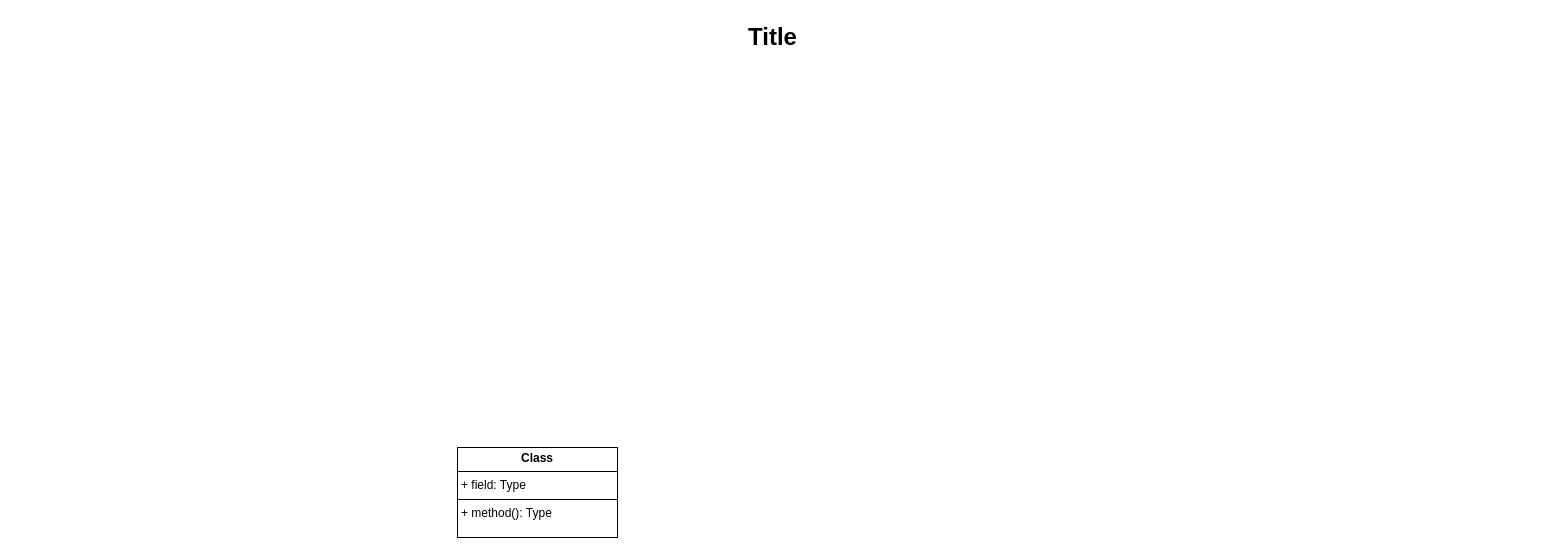
This is 未命名绘图.drawio from leedefu/architecture, a draw.io file, before an edit. Source tidied: cells renumbered, new cells numbered last; positions are measured from the earlier drawing's top-left corner, leaving out a move shared by most shapes. Both pictures are drawn from the tidied source at 100%, with x=0, y=0 at pixel (17, 17).
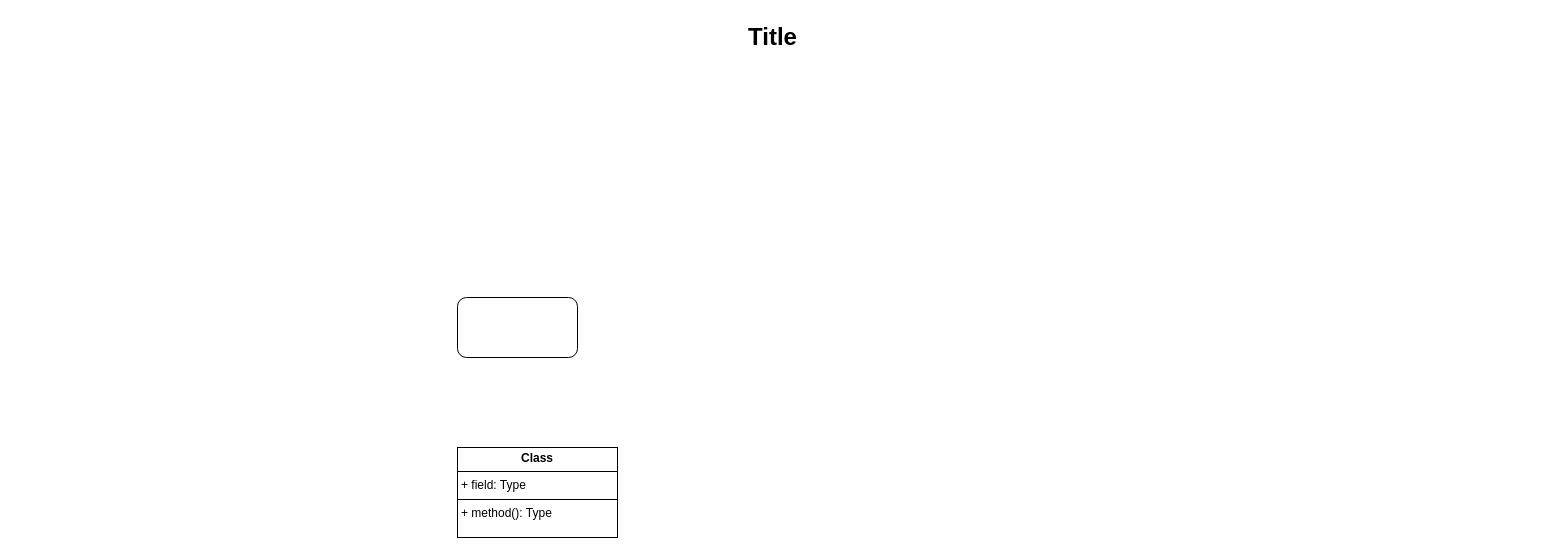
After the change.

Change to the diagram source:
```diff
@@
 <mxGraphModel>
   <root>
     <mxCell id="0" />
     <mxCell id="1" parent="0" />
     <mxCell id="2" value="Title" style="text;strokeColor=none;fillColor=none;html=1;fontSize=24;fontStyle=1;verticalAlign=middle;align=center;" parent="1" vertex="1">
       <mxGeometry width="1510" height="40" as="geometry" />
     </mxCell>
     <mxCell id="3" value="&lt;p style=&quot;margin:0px;margin-top:4px;text-align:center;&quot;&gt;&lt;b&gt;Class&lt;/b&gt;&lt;/p&gt;&lt;hr size=&quot;1&quot; style=&quot;border-style:solid;&quot;/&gt;&lt;p style=&quot;margin:0px;margin-left:4px;&quot;&gt;+ field: Type&lt;/p&gt;&lt;hr size=&quot;1&quot; style=&quot;border-style:solid;&quot;/&gt;&lt;p style=&quot;margin:0px;margin-left:4px;&quot;&gt;+ method(): Type&lt;/p&gt;" style="verticalAlign=top;align=left;overflow=fill;html=1;whiteSpace=wrap;" parent="1" vertex="1">
       <mxGeometry x="440" y="430" width="160" height="90" as="geometry" />
     </mxCell>
+    <mxCell id="4" style="rounded=1;whiteSpace=wrap;html=1;" parent="1" vertex="1">
+      <mxGeometry x="440" y="280" width="120" height="60" as="geometry" />
+    </mxCell>
   </root>
 </mxGraphModel>
```
